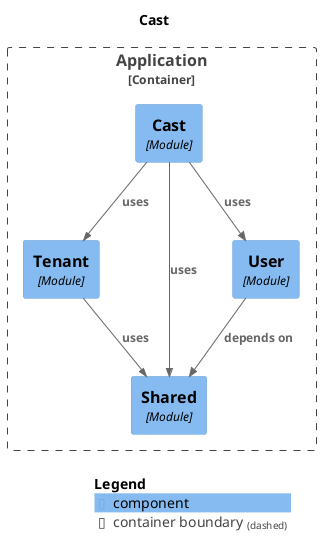
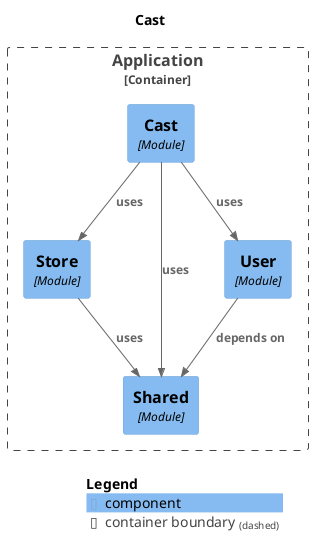
@startuml
set separator none
title Cast

top to bottom direction

!include <C4/C4>
!include <C4/C4_Context>
!include <C4/C4_Component>

Container_Boundary("Application.Application_boundary", "Application", $tags="") {
-   Component(Application.Application.Tenant, "Tenant", $techn="Module", $descr="", $tags="", $link="")
+   Component(Application.Application.Store, "Store", $techn="Module", $descr="", $tags="", $link="")
  Component(Application.Application.Cast, "Cast", $techn="Module", $descr="", $tags="", $link="")
  Component(Application.Application.Shared, "Shared", $techn="Module", $descr="", $tags="", $link="")
  Component(Application.Application.User, "User", $techn="Module", $descr="", $tags="", $link="")
}

Rel(Application.Application.User, Application.Application.Shared, "depends on", $techn="", $tags="", $link="")
Rel(Application.Application.Cast, Application.Application.User, "uses", $techn="", $tags="", $link="")
- Rel(Application.Application.Cast, Application.Application.Tenant, "uses", $techn="", $tags="", $link="")
+ Rel(Application.Application.Cast, Application.Application.Store, "uses", $techn="", $tags="", $link="")
Rel(Application.Application.Cast, Application.Application.Shared, "uses", $techn="", $tags="", $link="")
- Rel(Application.Application.Tenant, Application.Application.Shared, "uses", $techn="", $tags="", $link="")
+ Rel(Application.Application.Store, Application.Application.Shared, "uses", $techn="", $tags="", $link="")

SHOW_LEGEND(true)
@enduml